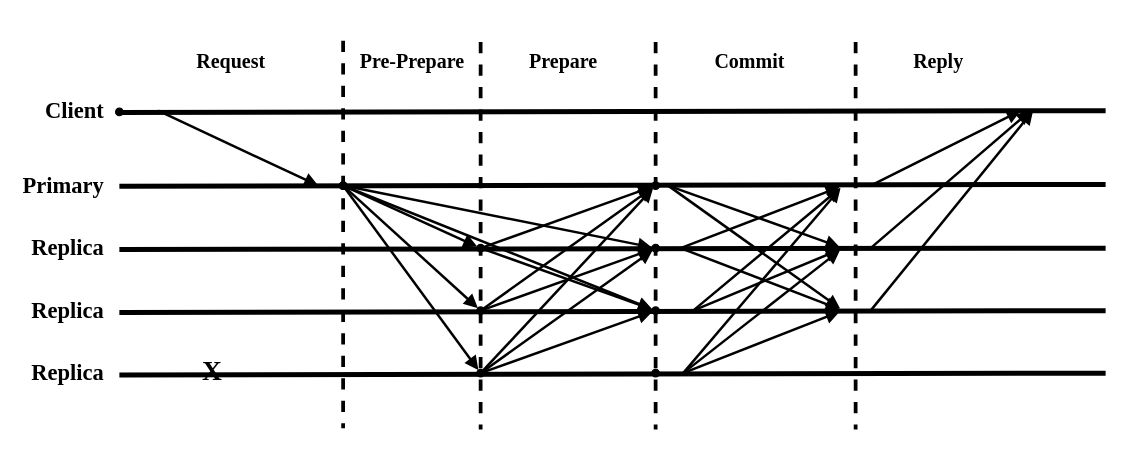
cynic-1/Graphs keeps this draw.io diagram as page "2.3 PBFT" (3 of 7) of 2-x.drawio. Above is the earlier version. Source tidied: cells renumbered, new cells numbered last; positions are measured from the earlier drawing's top-left corner, leaving out a move shared by most shapes. Both pictures are drawn from the tidied source at 125%, with x=0, y=0 at pixel (68, 22).
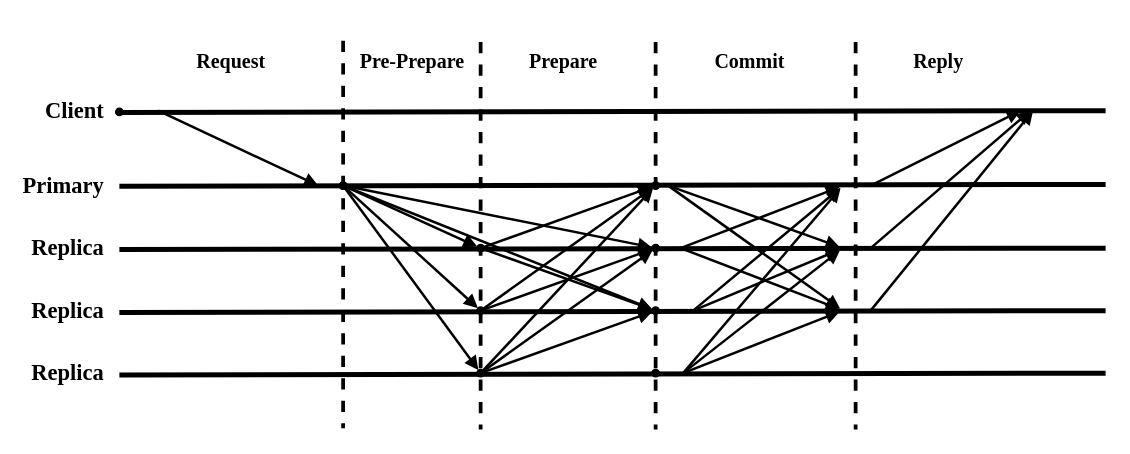
The same page after the edit.

Change to the diagram source:
```diff
@@
-    <mxCell id="22" value="X" style="text;html=1;strokeColor=none;fillColor=none;align=center;verticalAlign=middle;fontSize=22;fontStyle=1;fontFamily=Times New Roman;" parent="1" vertex="1">
-      <mxGeometry x="105" y="264" width="20" height="30" as="geometry" />
-    </mxCell>
```
